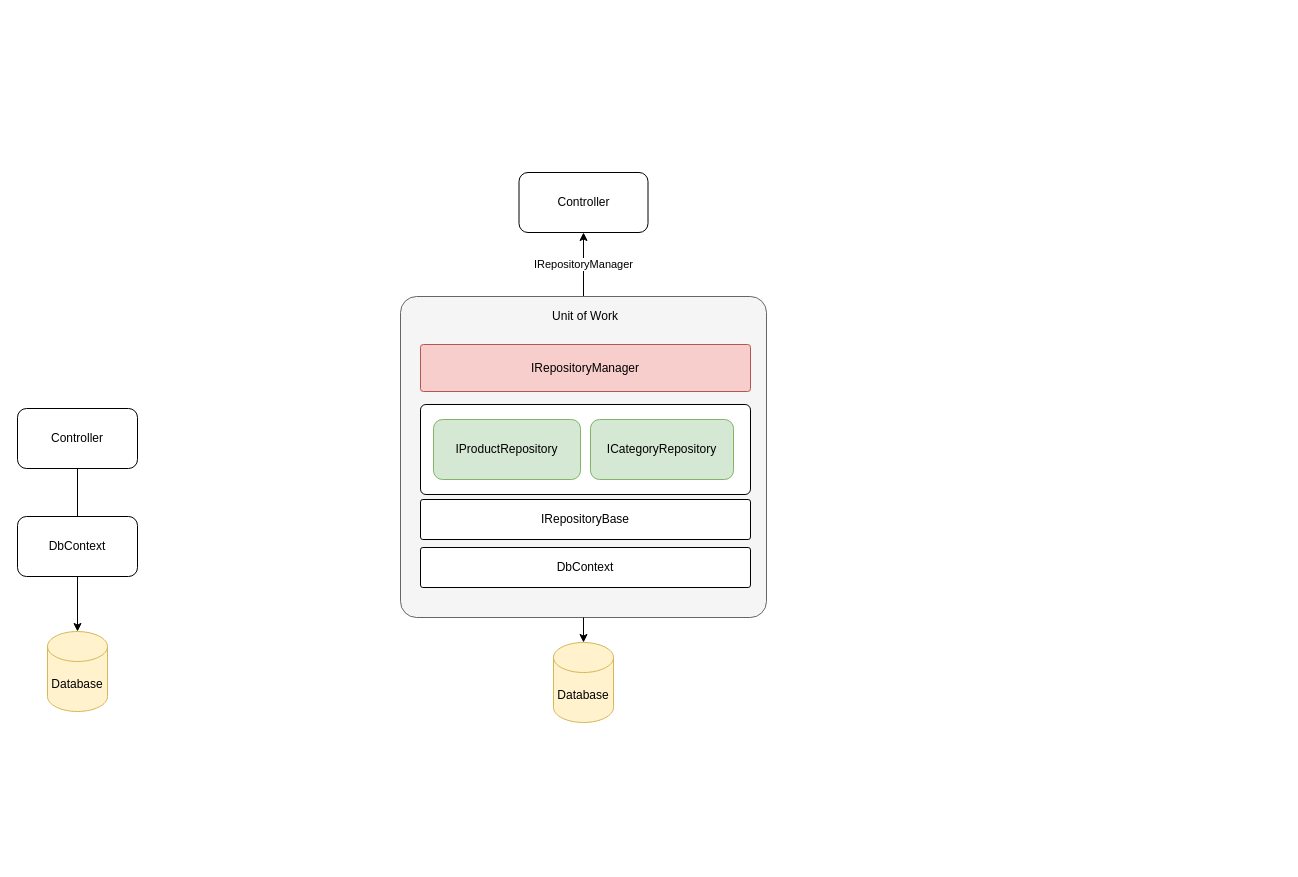
This is page "Repository" (6 of 6) of Uygulama/Drawings.drawio from Hr0dgeir/performans_wtug, a draw.io file, before an edit. Source tidied: cells renumbered, new cells numbered last; positions are measured from the earlier drawing's top-left corner, leaving out a move shared by most shapes. Both pictures are drawn from the tidied source at 100%, with x=0, y=0 at pixel (17, 172).
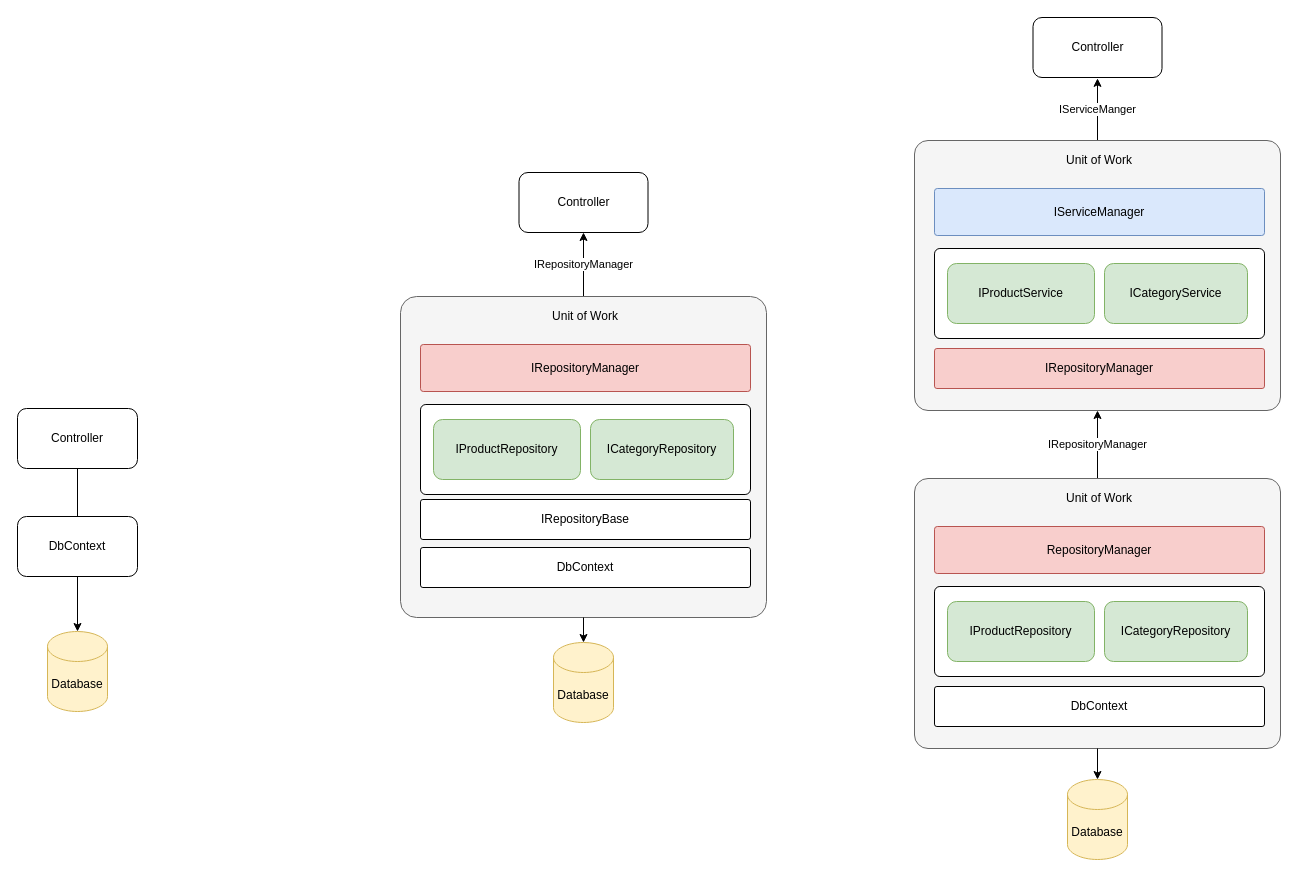
After the change.

Diff of the diagram source:
```diff
@@
+    <mxCell id="18" value="IRepositoryManager" style="edgeStyle=orthogonalEdgeStyle;rounded=0;jettySize=auto;html=1;entryX=0.5;entryY=1;entryDx=0;entryDy=0;" parent="1" edge="1" source="19" target="30">
+      <mxGeometry relative="1" as="geometry" />
+    </mxCell>
+    <mxCell id="19" style="rounded=1;whiteSpace=wrap;html=1;fillColor=#f5f5f5;strokeColor=#666666;fontColor=#333333;arcSize=5;" parent="1" vertex="1">
+      <mxGeometry x="897" y="306" width="366" height="270" as="geometry" />
+    </mxCell>
+    <mxCell id="20" style="rounded=1;whiteSpace=wrap;html=1;arcSize=6;" parent="1" vertex="1">
+      <mxGeometry x="917" y="414" width="330" height="90" as="geometry" />
+    </mxCell>
+    <mxCell id="21" style="edgeStyle=orthogonalEdgeStyle;rounded=0;jettySize=auto;html=1;entryX=0.5;entryY=0;entryDx=0;entryDy=0;entryPerimeter=0;" parent="1" edge="1" source="19" target="23">
+      <mxGeometry relative="1" as="geometry" />
+    </mxCell>
+    <mxCell id="22" value="Controller" style="rounded=1;whiteSpace=wrap;html=1;" parent="1" vertex="1">
+      <mxGeometry x="1015.5" y="-155" width="129" height="60" as="geometry" />
+    </mxCell>
+    <mxCell id="23" value="Database" style="shape=cylinder3;whiteSpace=wrap;html=1;boundedLbl=1;backgroundOutline=1;size=15;fillColor=#fff2cc;strokeColor=#d6b656;" parent="1" vertex="1">
+      <mxGeometry x="1050" y="607" width="60" height="80" as="geometry" />
+    </mxCell>
+    <mxCell id="24" value="IProductRepository" style="rounded=1;whiteSpace=wrap;html=1;fillColor=#d5e8d4;strokeColor=#82b366;" parent="1" vertex="1">
+      <mxGeometry x="930" y="429" width="147" height="60" as="geometry" />
+    </mxCell>
+    <mxCell id="25" value="ICategoryRepository" style="rounded=1;whiteSpace=wrap;html=1;fillColor=#d5e8d4;strokeColor=#82b366;" parent="1" vertex="1">
+      <mxGeometry x="1087" y="429" width="143" height="60" as="geometry" />
+    </mxCell>
+    <mxCell id="26" value="Unit of Work" style="text;html=1;strokeColor=none;fillColor=none;align=center;verticalAlign=middle;whiteSpace=wrap;rounded=0;" parent="1" vertex="1">
+      <mxGeometry x="917" y="316" width="330" height="20" as="geometry" />
+    </mxCell>
+    <mxCell id="27" value="DbContext" style="rounded=1;whiteSpace=wrap;html=1;arcSize=6;" parent="1" vertex="1">
+      <mxGeometry x="917" y="514" width="330" height="40" as="geometry" />
+    </mxCell>
+    <mxCell id="28" value="RepositoryManager" style="rounded=1;whiteSpace=wrap;html=1;arcSize=6;fillColor=#f8cecc;strokeColor=#b85450;" parent="1" vertex="1">
+      <mxGeometry x="917" y="354" width="330" height="47" as="geometry" />
+    </mxCell>
+    <mxCell id="29" value="IServiceManger" style="edgeStyle=orthogonalEdgeStyle;rounded=0;jettySize=auto;html=1;entryX=0.5;entryY=1.014;entryDx=0;entryDy=0;entryPerimeter=0;" parent="1" edge="1" source="30" target="22">
+      <mxGeometry relative="1" as="geometry" />
+    </mxCell>
+    <mxCell id="30" style="rounded=1;whiteSpace=wrap;html=1;fillColor=#f5f5f5;strokeColor=#666666;fontColor=#333333;arcSize=5;" parent="1" vertex="1">
+      <mxGeometry x="897" y="-32" width="366" height="270" as="geometry" />
+    </mxCell>
+    <mxCell id="31" style="rounded=1;whiteSpace=wrap;html=1;arcSize=6;" parent="1" vertex="1">
+      <mxGeometry x="917" y="76" width="330" height="90" as="geometry" />
+    </mxCell>
+    <mxCell id="32" value="IProductService" style="rounded=1;whiteSpace=wrap;html=1;fillColor=#d5e8d4;strokeColor=#82b366;" parent="1" vertex="1">
+      <mxGeometry x="930" y="91" width="147" height="60" as="geometry" />
+    </mxCell>
+    <mxCell id="33" value="ICategoryService" style="rounded=1;whiteSpace=wrap;html=1;fillColor=#d5e8d4;strokeColor=#82b366;" parent="1" vertex="1">
+      <mxGeometry x="1087" y="91" width="143" height="60" as="geometry" />
+    </mxCell>
+    <mxCell id="34" value="Unit of Work" style="text;html=1;strokeColor=none;fillColor=none;align=center;verticalAlign=middle;whiteSpace=wrap;rounded=0;" parent="1" vertex="1">
+      <mxGeometry x="917" y="-22" width="330" height="20" as="geometry" />
+    </mxCell>
+    <mxCell id="35" value="IRepositoryManager" style="rounded=1;whiteSpace=wrap;html=1;arcSize=6;fillColor=#f8cecc;strokeColor=#b85450;" parent="1" vertex="1">
+      <mxGeometry x="917" y="176" width="330" height="40" as="geometry" />
+    </mxCell>
+    <mxCell id="36" value="IServiceManager" style="rounded=1;whiteSpace=wrap;html=1;arcSize=6;fillColor=#dae8fc;strokeColor=#6c8ebf;" parent="1" vertex="1">
+      <mxGeometry x="917" y="16" width="330" height="47" as="geometry" />
+    </mxCell>
```
